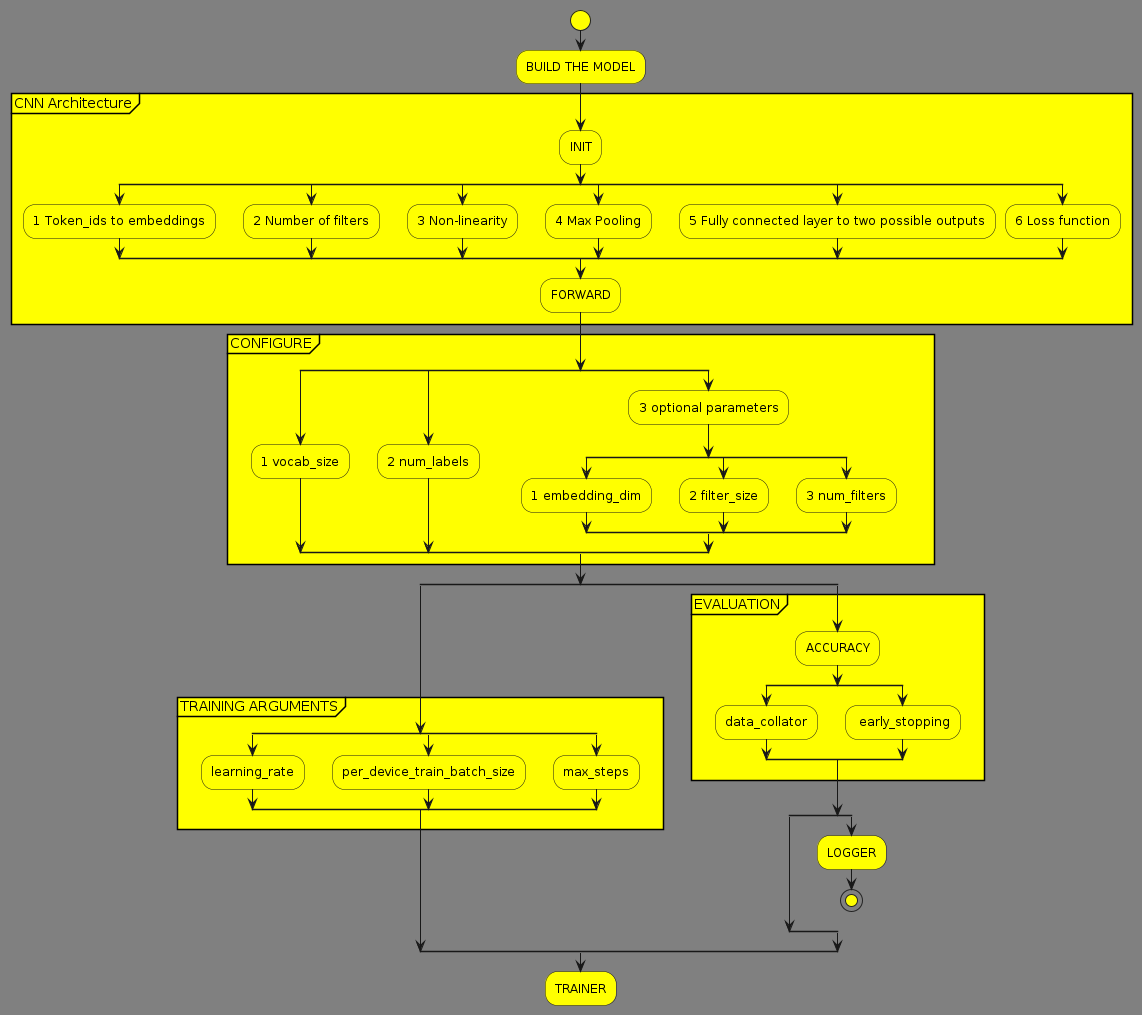
This is week2/out/cnn3/cnn3.png from heinohen/TKO_8965_deep_learning_HLT, a PlantUML export, as it was before one commit.
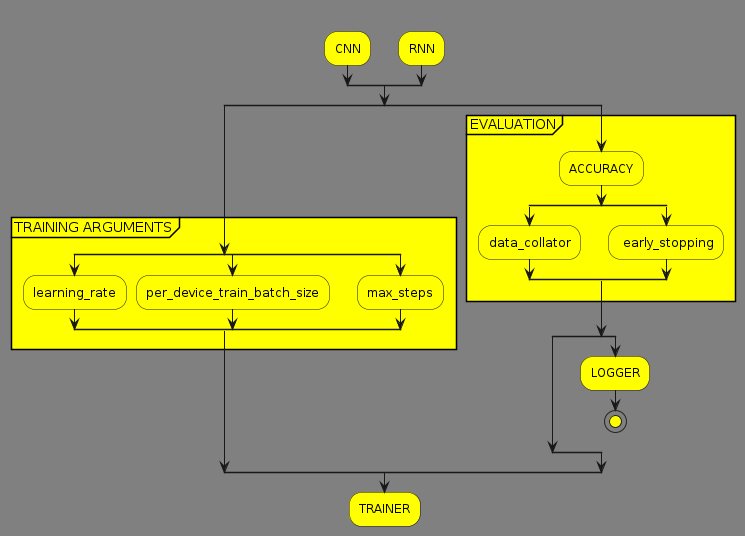
Above is the later version.

The edit, as a diff of the source:
```diff
@@ -12,41 +12,13 @@
    BackgroundColor gray
 }
 </style>
-start
-:BUILD THE MODEL;
-partition CNN Architecture {
-    :INIT;
-    split
-        :1 Token_ids to embeddings;
-    split again
-        :2 Number of filters;
-    split again
-        :3 Non-linearity;
-    split again
-        :4 Max Pooling;
-    split again
-        :5 Fully connected layer to two possible outputs;
-    split again
-        :6 Loss function;
-    end split
-    :FORWARD;
-}
-partition CONFIGURE {
-    split
-        :1 vocab_size;
-    split again
-        :2 num_labels;
-    split again
-        :3 optional parameters;
-        split
-        :1 embedding_dim;
-        split again
-        :2 filter_size;
-        split again
-        :3 num_filters;
-        end split
-    end split
-}
+split
+    -[hidden]->
+    :CNN;
+split again
+    -[hidden]->
+    :RNN;
+end split
 split
     partition TRAINING ARGUMENTS {
         split
```
